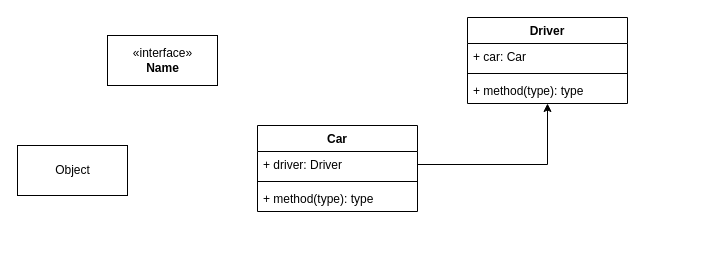
The draw.io diagram Untitled Diagram.drawio in Leonif/diagrams, before the edit. Source tidied: cells renumbered, new cells numbered last; positions are measured from the earlier drawing's top-left corner, leaving out a move shared by most shapes. Both pictures are drawn from the tidied source at 100%, with x=0, y=0 at pixel (17, 17).
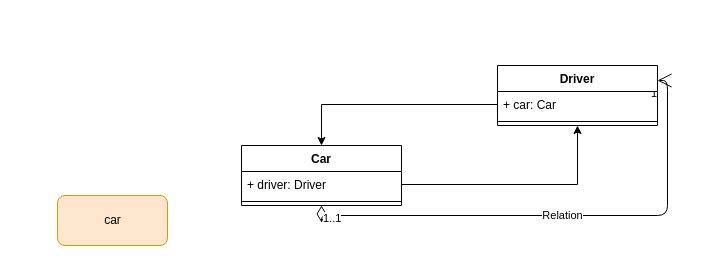
The same diagram, later.

Change to the diagram source:
```diff
@@
 <mxGraphModel>
   <root>
     <mxCell id="0" />
     <mxCell id="1" parent="0" />
-    <mxCell id="2" value="&amp;laquo;interface&amp;raquo;&lt;br&gt;&lt;b&gt;Name&lt;/b&gt;" style="html=1;" parent="1" vertex="1">
-      <mxGeometry x="90" y="18" width="110" height="50" as="geometry" />
-    </mxCell>
-    <mxCell id="3" value="Object" style="html=1;" parent="1" vertex="1">
-      <mxGeometry y="128" width="110" height="50" as="geometry" />
+    <mxCell id="3" value="car" style="html=1;rounded=1;fillColor=#ffe6cc;strokeColor=#d79b00;" parent="1" vertex="1">
+      <mxGeometry x="40" y="178" width="110" height="50" as="geometry" />
     </mxCell>
+    <mxCell id="13" style="edgeStyle=orthogonalEdgeStyle;rounded=0;jumpStyle=arc;jettySize=auto;html=1;startFill=0;endFill=1;entryX=0.5;entryY=0;entryDx=0;entryDy=0;" parent="1" edge="1" source="6" target="9">
+      <mxGeometry relative="1" as="geometry" />
+    </mxCell>
-    <mxCell id="4" style="edgeStyle=orthogonalEdgeStyle;rounded=0;jettySize=auto;html=1;" parent="1" edge="1" source="10" target="5">
+    <mxCell id="4" style="edgeStyle=orthogonalEdgeStyle;rounded=0;jumpStyle=arc;jettySize=auto;html=1;startFill=0;endFill=1;" parent="1" edge="1" source="10" target="5">
       <mxGeometry relative="1" as="geometry" />
     </mxCell>
+    <mxCell id="14" value="Relation" style="endArrow=open;html=1;endSize=12;startArrow=diamondThin;startSize=14;startFill=0;edgeStyle=orthogonalEdgeStyle;exitX=0.5;exitY=1;exitDx=0;exitDy=0;entryX=1;entryY=0.25;entryDx=0;entryDy=0;" parent="1" edge="1" source="9" target="5">
+      <mxGeometry relative="1" as="geometry" />
+    </mxCell>
+    <mxCell id="15" value="1..1" style="edgeLabel;html=1;align=left;verticalAlign=top;" parent="14" vertex="1">
+      <mxGeometry x="-1" relative="1" as="geometry" />
+    </mxCell>
+    <mxCell id="16" value="1" style="edgeLabel;html=1;align=right;verticalAlign=top;" parent="14" vertex="1">
+      <mxGeometry x="1" relative="1" as="geometry" />
+    </mxCell>
+    <mxCell id="9" value="Car" style="swimlane;fontStyle=1;align=center;verticalAlign=top;horizontal=1;startSize=26;" parent="1" vertex="1">
+      <mxGeometry x="224" y="128" width="160" height="60" as="geometry" />
+    </mxCell>
+    <mxCell id="10" value="+ driver: Driver" style="text;strokeColor=none;fillColor=none;align=left;verticalAlign=top;spacingLeft=4;spacingRight=4;overflow=hidden;points=[[0,0.5],[1,0.5]];portConstraint=eastwest;" parent="9" vertex="1">
+      <mxGeometry y="26" width="160" height="26" as="geometry" />
+    </mxCell>
+    <mxCell id="11" style="line;strokeWidth=1;fillColor=none;align=left;verticalAlign=middle;spacingTop=-1;spacingLeft=3;spacingRight=3;labelPosition=right;" parent="9" vertex="1">
+      <mxGeometry y="52" width="160" height="8" as="geometry" />
+    </mxCell>
     <mxCell id="5" value="Driver" style="swimlane;fontStyle=1;align=center;verticalAlign=top;horizontal=1;startSize=26;" parent="1" vertex="1">
-      <mxGeometry x="450" width="160" height="86" as="geometry" />
+      <mxGeometry x="480" y="48" width="160" height="60" as="geometry" />
     </mxCell>
     <mxCell id="6" value="+ car: Car" style="text;strokeColor=none;fillColor=none;align=left;verticalAlign=top;spacingLeft=4;spacingRight=4;overflow=hidden;points=[[0,0.5],[1,0.5]];portConstraint=eastwest;" parent="5" vertex="1">
       <mxGeometry y="26" width="160" height="26" as="geometry" />
     </mxCell>
     <mxCell id="7" style="line;strokeWidth=1;fillColor=none;align=left;verticalAlign=middle;spacingTop=-1;spacingLeft=3;spacingRight=3;labelPosition=right;" parent="5" vertex="1">
       <mxGeometry y="52" width="160" height="8" as="geometry" />
     </mxCell>
-    <mxCell id="8" value="+ method(type): type" style="text;strokeColor=none;fillColor=none;align=left;verticalAlign=top;spacingLeft=4;spacingRight=4;overflow=hidden;" parent="5" vertex="1">
-      <mxGeometry y="60" width="160" height="26" as="geometry" />
-    </mxCell>
-    <mxCell id="9" value="Car" style="swimlane;fontStyle=1;align=center;verticalAlign=top;horizontal=1;startSize=26;" parent="1" vertex="1">
-      <mxGeometry x="240" y="108" width="160" height="86" as="geometry" />
-    </mxCell>
-    <mxCell id="10" value="+ driver: Driver" style="text;strokeColor=none;fillColor=none;align=left;verticalAlign=top;spacingLeft=4;spacingRight=4;overflow=hidden;points=[[0,0.5],[1,0.5]];portConstraint=eastwest;" parent="9" vertex="1">
-      <mxGeometry y="26" width="160" height="26" as="geometry" />
-    </mxCell>
-    <mxCell id="11" style="line;strokeWidth=1;fillColor=none;align=left;verticalAlign=middle;spacingTop=-1;spacingLeft=3;spacingRight=3;labelPosition=right;" parent="9" vertex="1">
-      <mxGeometry y="52" width="160" height="8" as="geometry" />
-    </mxCell>
-    <mxCell id="12" value="+ method(type): type" style="text;strokeColor=none;fillColor=none;align=left;verticalAlign=top;spacingLeft=4;spacingRight=4;overflow=hidden;" parent="9" vertex="1">
-      <mxGeometry y="60" width="160" height="26" as="geometry" />
-    </mxCell>
   </root>
 </mxGraphModel>
```
